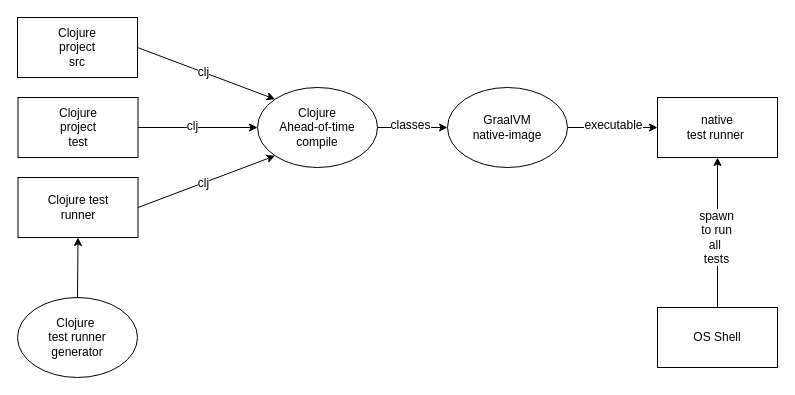
This is doc/clj-graal-testing-compile.drawio from clj-easy/graal-docs, a draw.io file, before an edit. Source tidied: cells renumbered, new cells numbered last; positions are measured from the earlier drawing's top-left corner, leaving out a move shared by most shapes. Both pictures are drawn from the tidied source at 100%, with x=0, y=0 at pixel (17, 17).
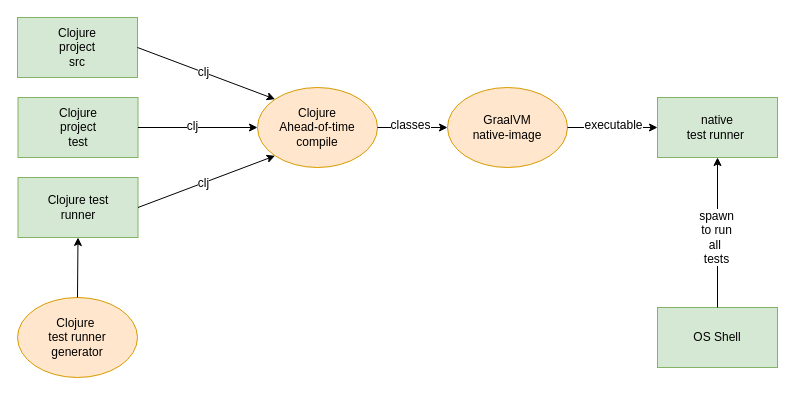
Above is the later version.

Commit message (it also covers changes not shown here):
Add some color to diagrams

Diff of the diagram source:
```diff
@@
-    <mxCell id="2" value="Clojure&lt;br&gt;project&lt;br&gt;src" style="rounded=0;whiteSpace=wrap;html=1;" parent="1" vertex="1">
+    <mxCell id="2" value="Clojure&lt;br&gt;project&lt;br&gt;src" style="rounded=0;whiteSpace=wrap;html=1;fillColor=#d5e8d4;strokeColor=#82b366;" parent="1" vertex="1">
       <mxGeometry width="120" height="60" as="geometry" />
     </mxCell>
-    <mxCell id="3" value="Clojure&lt;br&gt;project&lt;br&gt;test" style="rounded=0;whiteSpace=wrap;html=1;" parent="1" vertex="1">
+    <mxCell id="3" value="Clojure&lt;br&gt;project&lt;br&gt;test" style="rounded=0;whiteSpace=wrap;html=1;fillColor=#d5e8d4;strokeColor=#82b366;" parent="1" vertex="1">
       <mxGeometry x="0.5" y="80" width="120" height="60" as="geometry" />
     </mxCell>
-    <mxCell id="4" value="GraalVM&lt;br&gt;native-image" style="ellipse;whiteSpace=wrap;html=1;" parent="1" vertex="1">
+    <mxCell id="4" value="GraalVM&lt;br&gt;native-image" style="ellipse;whiteSpace=wrap;html=1;fillColor=#ffe6cc;strokeColor=#d79b00;" parent="1" vertex="1">
       <mxGeometry x="430" y="70" width="120" height="80" as="geometry" />
     </mxCell>
-    <mxCell id="5" value="Clojure&lt;br&gt;Ahead-of-time&lt;br&gt;compile" style="ellipse;whiteSpace=wrap;html=1;" parent="1" vertex="1">
+    <mxCell id="5" value="Clojure&lt;br&gt;Ahead-of-time&lt;br&gt;compile" style="ellipse;whiteSpace=wrap;html=1;fillColor=#ffe6cc;strokeColor=#d79b00;" parent="1" vertex="1">
       <mxGeometry x="240" y="70" width="120" height="80" as="geometry" />
     </mxCell>
@@
-    <mxCell id="10" value="native&lt;br&gt;test runner&amp;nbsp;&lt;br&gt;" style="rounded=0;whiteSpace=wrap;html=1;" parent="1" vertex="1">
+    <mxCell id="10" value="native&lt;br&gt;test runner&amp;nbsp;&lt;br&gt;" style="rounded=0;whiteSpace=wrap;html=1;fillColor=#d5e8d4;strokeColor=#82b366;" parent="1" vertex="1">
       <mxGeometry x="640" y="80" width="120" height="60" as="geometry" />
     </mxCell>
@@
-    <mxCell id="13" value="Clojure&amp;nbsp;&lt;br&gt;test runner&lt;br&gt;generator" style="ellipse;whiteSpace=wrap;html=1;" parent="1" vertex="1">
+    <mxCell id="13" value="Clojure&amp;nbsp;&lt;br&gt;test runner&lt;br&gt;generator" style="ellipse;whiteSpace=wrap;html=1;fillColor=#ffe6cc;strokeColor=#d79b00;" parent="1" vertex="1">
       <mxGeometry y="280" width="120" height="80" as="geometry" />
     </mxCell>
-    <mxCell id="14" value="Clojure test&lt;br&gt;runner" style="rounded=0;whiteSpace=wrap;html=1;" parent="1" vertex="1">
+    <mxCell id="14" value="Clojure test&lt;br&gt;runner" style="rounded=0;whiteSpace=wrap;html=1;fillColor=#d5e8d4;strokeColor=#82b366;" parent="1" vertex="1">
       <mxGeometry x="0.5" y="160" width="120" height="60" as="geometry" />
     </mxCell>
@@
-    <mxCell id="20" value="OS Shell" style="rounded=0;whiteSpace=wrap;html=1;" parent="1" vertex="1">
+    <mxCell id="20" value="OS Shell" style="rounded=0;whiteSpace=wrap;html=1;fillColor=#d5e8d4;strokeColor=#82b366;" parent="1" vertex="1">
       <mxGeometry x="640" y="290" width="120" height="60" as="geometry" />
     </mxCell>
```
